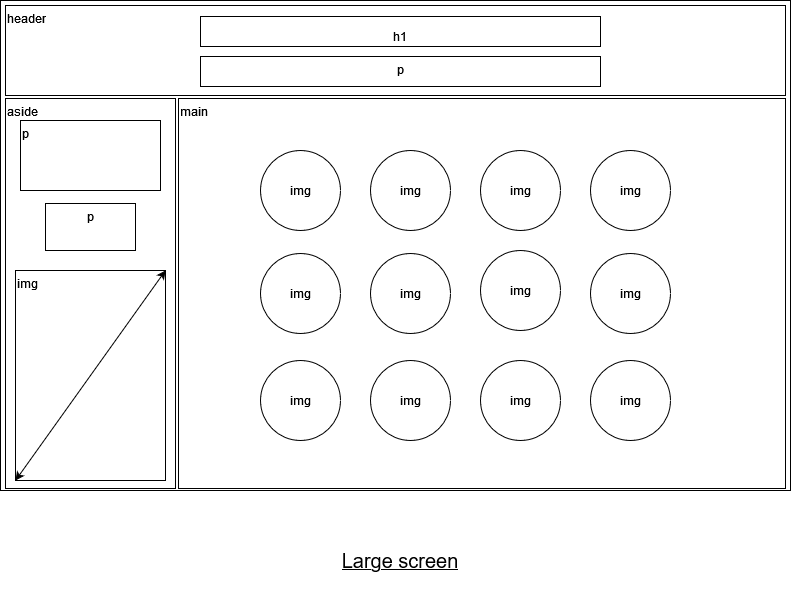
Nana-fr/Memory_Game keeps this draw.io diagram as doc/Wireframe & functional tree diagram/Large_screen.drawio.png. Above is the earlier version. Source tidied: cells renumbered, new cells last; positions are measured from the earlier drawing's top-left corner, leaving out a move shared by most shapes.
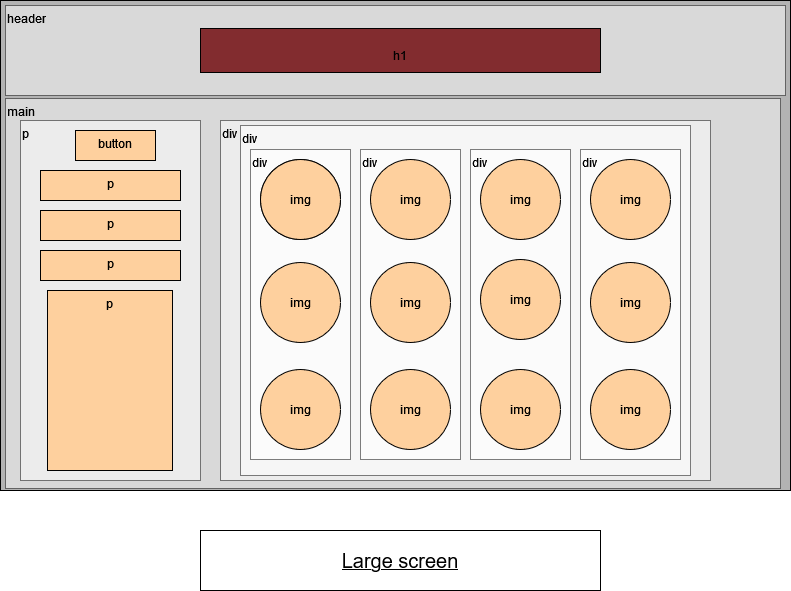
After the change.

Change to the diagram source:
```diff
@@ -2,74 +2,98 @@
   <root>
     <mxCell id="0" />
     <mxCell id="1" parent="0" />
-    <mxCell id="2" style="rounded=0;whiteSpace=wrap;html=1;fontSize=25;fontColor=default;strokeColor=default;fillColor=default;" parent="1" vertex="1">
-      <mxGeometry width="790" height="490" as="geometry" />
+    <mxCell id="2" style="rounded=0;whiteSpace=wrap;html=1;fontSize=25;fontColor=default;strokeColor=default;fillColor=#B3B3B3;" parent="1" vertex="1">
+      <mxGeometry y="-9" width="790" height="490" as="geometry" />
     </mxCell>
-    <mxCell id="3" value="header" style="rounded=0;whiteSpace=wrap;html=1;fontSize=12;fontColor=default;strokeColor=default;fillColor=default;verticalAlign=top;align=left;labelPosition=center;verticalLabelPosition=middle;" parent="1" vertex="1">
-      <mxGeometry x="5" y="5" width="780" height="90" as="geometry" />
+    <mxCell id="3" value="header" style="rounded=0;whiteSpace=wrap;html=1;fontSize=12;fontColor=default;strokeColor=default;fillColor=default;verticalAlign=top;align=left;labelPosition=center;verticalLabelPosition=middle;opacity=50;" parent="1" vertex="1">
+      <mxGeometry x="5" y="-4" width="780" height="90" as="geometry" />
     </mxCell>
-    <mxCell id="4" value="aside" style="rounded=0;whiteSpace=wrap;html=1;fontSize=12;fontColor=default;strokeColor=default;fillColor=default;align=left;verticalAlign=top;" parent="1" vertex="1">
-      <mxGeometry x="5" y="98" width="170" height="390" as="geometry" />
+    <mxCell id="4" value="main" style="rounded=0;whiteSpace=wrap;html=1;fontSize=12;fontColor=default;strokeColor=default;fillColor=default;align=left;verticalAlign=top;opacity=50;" parent="1" vertex="1">
+      <mxGeometry x="5" y="89" width="775" height="390" as="geometry" />
     </mxCell>
-    <mxCell id="5" value="main" style="rounded=0;whiteSpace=wrap;html=1;fontSize=12;fontColor=default;strokeColor=default;fillColor=default;align=left;verticalAlign=top;" parent="1" vertex="1">
-      <mxGeometry x="178" y="98" width="607" height="390" as="geometry" />
+    <mxCell id="5" value="div" style="rounded=0;whiteSpace=wrap;html=1;fontSize=12;fontColor=default;strokeColor=default;fillColor=default;align=left;verticalAlign=top;opacity=50;" parent="1" vertex="1">
+      <mxGeometry x="220" y="111" width="490" height="360" as="geometry" />
     </mxCell>
-    <mxCell id="6" value="&lt;font style=&quot;font-size: 12px&quot;&gt;h1&lt;/font&gt;" style="rounded=0;whiteSpace=wrap;html=1;fontSize=25;fontColor=default;strokeColor=default;fillColor=default;" parent="1" vertex="1">
-      <mxGeometry x="200" y="16" width="400" height="30" as="geometry" />
+    <mxCell id="6" value="&lt;font style=&quot;font-size: 12px&quot;&gt;h1&lt;/font&gt;" style="rounded=0;whiteSpace=wrap;html=1;fontSize=25;fontColor=default;strokeColor=default;fillColor=#822C2F;" parent="1" vertex="1">
+      <mxGeometry x="200" y="19" width="400" height="44" as="geometry" />
     </mxCell>
-    <mxCell id="7" value="&lt;div align=&quot;center&quot;&gt;p&lt;/div&gt;" style="rounded=0;whiteSpace=wrap;html=1;fontSize=12;fontColor=default;strokeColor=default;fillColor=default;align=center;verticalAlign=top;" parent="1" vertex="1">
-      <mxGeometry x="200" y="56" width="400" height="30" as="geometry" />
-    </mxCell>
-    <mxCell id="8" value="img" style="ellipse;whiteSpace=wrap;html=1;fontSize=12;fontColor=default;strokeColor=default;fillColor=default;align=center;verticalAlign=middle;" parent="1" vertex="1">
-      <mxGeometry x="260" y="150" width="80" height="80" as="geometry" />
-    </mxCell>
-    <mxCell id="9" value="img" style="ellipse;whiteSpace=wrap;html=1;fontSize=12;fontColor=default;strokeColor=default;fillColor=default;align=center;verticalAlign=middle;" parent="1" vertex="1">
-      <mxGeometry x="370" y="150" width="80" height="80" as="geometry" />
-    </mxCell>
-    <mxCell id="10" value="img" style="ellipse;whiteSpace=wrap;html=1;fontSize=12;fontColor=default;strokeColor=default;fillColor=default;align=center;verticalAlign=middle;" parent="1" vertex="1">
-      <mxGeometry x="480" y="150" width="80" height="80" as="geometry" />
-    </mxCell>
-    <mxCell id="11" value="img" style="ellipse;whiteSpace=wrap;html=1;fontSize=12;fontColor=default;strokeColor=default;fillColor=default;align=center;verticalAlign=middle;" parent="1" vertex="1">
-      <mxGeometry x="590" y="150" width="80" height="80" as="geometry" />
-    </mxCell>
-    <mxCell id="12" value="img" style="ellipse;whiteSpace=wrap;html=1;fontSize=12;fontColor=default;strokeColor=default;fillColor=default;align=center;verticalAlign=middle;" parent="1" vertex="1">
-      <mxGeometry x="260" y="253" width="80" height="80" as="geometry" />
-    </mxCell>
-    <mxCell id="13" value="img" style="ellipse;whiteSpace=wrap;html=1;fontSize=12;align=center;verticalAlign=middle;fillColor=default;strokeColor=default;fontColor=default;" parent="1" vertex="1">
-      <mxGeometry x="260" y="360" width="80" height="80" as="geometry" />
-    </mxCell>
-    <mxCell id="14" value="img" style="ellipse;whiteSpace=wrap;html=1;fontSize=12;fontColor=default;strokeColor=default;fillColor=default;align=center;verticalAlign=middle;" parent="1" vertex="1">
-      <mxGeometry x="370" y="253" width="80" height="80" as="geometry" />
-    </mxCell>
-    <mxCell id="15" value="img" style="ellipse;whiteSpace=wrap;html=1;fontSize=12;fontColor=default;strokeColor=default;fillColor=default;align=center;verticalAlign=middle;" parent="1" vertex="1">
-      <mxGeometry x="370" y="360" width="80" height="80" as="geometry" />
-    </mxCell>
-    <mxCell id="16" value="img" style="ellipse;whiteSpace=wrap;html=1;fontSize=12;fontColor=default;strokeColor=default;fillColor=default;align=center;verticalAlign=middle;" parent="1" vertex="1">
-      <mxGeometry x="480" y="250" width="80" height="80" as="geometry" />
-    </mxCell>
-    <mxCell id="17" value="img" style="ellipse;whiteSpace=wrap;html=1;fontSize=12;fontColor=default;strokeColor=default;fillColor=default;align=center;verticalAlign=middle;" parent="1" vertex="1">
-      <mxGeometry x="480" y="360" width="80" height="80" as="geometry" />
-    </mxCell>
-    <mxCell id="18" value="img" style="ellipse;whiteSpace=wrap;html=1;fontSize=12;fontColor=default;strokeColor=default;fillColor=default;align=center;verticalAlign=middle;" parent="1" vertex="1">
-      <mxGeometry x="590" y="253" width="80" height="80" as="geometry" />
-    </mxCell>
-    <mxCell id="19" value="img" style="ellipse;whiteSpace=wrap;html=1;fontSize=12;fontColor=default;strokeColor=default;fillColor=default;align=center;verticalAlign=middle;" parent="1" vertex="1">
-      <mxGeometry x="590" y="360" width="80" height="80" as="geometry" />
-    </mxCell>
-    <mxCell id="20" value="&lt;div align=&quot;left&quot;&gt;p&lt;/div&gt;" style="rounded=0;whiteSpace=wrap;html=1;fontSize=12;fontColor=default;strokeColor=default;fillColor=default;align=left;verticalAlign=top;" parent="1" vertex="1">
-      <mxGeometry x="20" y="120" width="140" height="70" as="geometry" />
+    <mxCell id="20" value="&lt;div align=&quot;left&quot;&gt;p&lt;/div&gt;" style="rounded=0;whiteSpace=wrap;html=1;fontSize=12;fontColor=default;strokeColor=default;fillColor=default;align=left;verticalAlign=top;opacity=50;" parent="1" vertex="1">
+      <mxGeometry x="20" y="111" width="180" height="360" as="geometry" />
     </mxCell>
-    <mxCell id="21" value="&lt;div align=&quot;center&quot;&gt;p&lt;/div&gt;" style="rounded=0;whiteSpace=wrap;html=1;fontSize=12;fontColor=default;strokeColor=default;fillColor=default;align=center;verticalAlign=top;" parent="1" vertex="1">
-      <mxGeometry x="45" y="203" width="90" height="47" as="geometry" />
+    <mxCell id="21" value="&lt;div align=&quot;center&quot;&gt;p&lt;/div&gt;" style="rounded=0;whiteSpace=wrap;html=1;fontSize=12;fontColor=default;strokeColor=default;fillColor=#FED09E;align=center;verticalAlign=top;" parent="1" vertex="1">
+      <mxGeometry x="40" y="161" width="140" height="30" as="geometry" />
     </mxCell>
-    <mxCell id="22" value="img" style="rounded=0;whiteSpace=wrap;html=1;fontSize=12;fontColor=default;strokeColor=default;fillColor=default;align=left;verticalAlign=top;" parent="1" vertex="1">
-      <mxGeometry x="15" y="270" width="150" height="210" as="geometry" />
+    <mxCell id="22" value="p" style="rounded=0;whiteSpace=wrap;html=1;fontSize=12;fontColor=default;strokeColor=default;fillColor=#FED09E;align=center;verticalAlign=top;" parent="1" vertex="1">
+      <mxGeometry x="47" y="281" width="125" height="180" as="geometry" />
     </mxCell>
-    <mxCell id="23" style="endArrow=classic;startArrow=classic;html=1;rounded=0;labelBackgroundColor=default;fontSize=12;fontColor=default;strokeColor=default;entryX=1;entryY=0;entryDx=0;entryDy=0;exitX=0;exitY=1;exitDx=0;exitDy=0;" parent="1" edge="1" source="22" target="22">
-      <mxGeometry relative="1" as="geometry" />
-    </mxCell>
-    <mxCell id="24" value="&lt;font style=&quot;font-size: 20px&quot;&gt;Large screen&lt;/font&gt;" style="rounded=0;whiteSpace=wrap;html=1;fontSize=12;fontColor=default;strokeColor=none;fillColor=default;align=center;verticalAlign=middle;fontStyle=4;" parent="1" vertex="1">
-      <mxGeometry x="200" y="530" width="400" height="60" as="geometry" />
+    <mxCell id="24" value="&lt;font style=&quot;font-size: 20px&quot;&gt;Large screen&lt;/font&gt;" style="rounded=0;whiteSpace=wrap;html=1;fontSize=12;fillColor=none;align=center;verticalAlign=middle;fontStyle=4;" parent="1" vertex="1">
+      <mxGeometry x="200" y="521" width="400" height="60" as="geometry" />
     </mxCell>
+    <mxCell id="25" value="&lt;div align=&quot;center&quot;&gt;p&lt;/div&gt;" style="rounded=0;whiteSpace=wrap;html=1;fontSize=12;fontColor=default;strokeColor=default;fillColor=#FED09E;align=center;verticalAlign=top;" parent="1" vertex="1">
+      <mxGeometry x="40" y="201" width="140" height="30" as="geometry" />
+    </mxCell>
+    <mxCell id="26" value="&lt;div align=&quot;center&quot;&gt;p&lt;/div&gt;" style="rounded=0;whiteSpace=wrap;html=1;fontSize=12;fontColor=default;strokeColor=default;fillColor=#FED09E;align=center;verticalAlign=top;" parent="1" vertex="1">
+      <mxGeometry x="40" y="241" width="140" height="30" as="geometry" />
+    </mxCell>
+    <mxCell id="27" value="&lt;div align=&quot;center&quot;&gt;button&lt;/div&gt;" style="rounded=0;whiteSpace=wrap;html=1;fillColor=#FFFFFF;gradientColor=none;gradientDirection=north;align=center;verticalAlign=top;" parent="1" vertex="1">
+      <mxGeometry x="75" y="121" width="80" height="30" as="geometry" />
+    </mxCell>
+    <mxCell id="28" value="&lt;div align=&quot;left&quot;&gt;div&lt;/div&gt;" style="rounded=0;whiteSpace=wrap;html=1;fillColor=#FFFFFF;gradientColor=none;gradientDirection=north;align=left;verticalAlign=top;opacity=50;" parent="1" vertex="1">
+      <mxGeometry x="240" y="116" width="450" height="350" as="geometry" />
+    </mxCell>
+    <mxCell id="29" value="&lt;div align=&quot;left&quot;&gt;div&lt;/div&gt;" style="rounded=0;whiteSpace=wrap;html=1;fillColor=#FFFFFF;gradientColor=none;gradientDirection=north;align=left;verticalAlign=top;opacity=50;" parent="1" vertex="1">
+      <mxGeometry x="250" y="140" width="100" height="310" as="geometry" />
+    </mxCell>
+    <mxCell id="8" value="img" style="ellipse;whiteSpace=wrap;html=1;fontSize=12;fontColor=default;strokeColor=default;fillColor=default;align=center;verticalAlign=middle;" parent="1" vertex="1">
+      <mxGeometry x="260" y="150" width="80" height="80" as="geometry" />
+    </mxCell>
+    <mxCell id="12" value="img" style="ellipse;whiteSpace=wrap;html=1;fontSize=12;fontColor=default;strokeColor=default;fillColor=#FED09E;align=center;verticalAlign=middle;" parent="1" vertex="1">
+      <mxGeometry x="260" y="253" width="80" height="80" as="geometry" />
+    </mxCell>
+    <mxCell id="13" value="img" style="ellipse;whiteSpace=wrap;html=1;fontSize=12;align=center;verticalAlign=middle;fillColor=#FED09E;strokeColor=default;fontColor=default;" parent="1" vertex="1">
+      <mxGeometry x="260" y="360" width="80" height="80" as="geometry" />
+    </mxCell>
+    <mxCell id="30" value="&lt;div align=&quot;left&quot;&gt;div&lt;/div&gt;" style="rounded=0;whiteSpace=wrap;html=1;fillColor=#FFFFFF;gradientColor=none;gradientDirection=north;align=left;verticalAlign=top;opacity=50;" parent="1" vertex="1">
+      <mxGeometry x="360" y="140" width="100" height="310" as="geometry" />
+    </mxCell>
+    <mxCell id="9" value="img" style="ellipse;whiteSpace=wrap;html=1;fontSize=12;fontColor=default;strokeColor=default;fillColor=#FED09E;align=center;verticalAlign=middle;" parent="1" vertex="1">
+      <mxGeometry x="370" y="150" width="80" height="80" as="geometry" />
+    </mxCell>
+    <mxCell id="14" value="img" style="ellipse;whiteSpace=wrap;html=1;fontSize=12;fontColor=default;strokeColor=default;fillColor=#FED09E;align=center;verticalAlign=middle;" parent="1" vertex="1">
+      <mxGeometry x="370" y="253" width="80" height="80" as="geometry" />
+    </mxCell>
+    <mxCell id="15" value="img" style="ellipse;whiteSpace=wrap;html=1;fontSize=12;fontColor=default;strokeColor=default;fillColor=#FED09E;align=center;verticalAlign=middle;" parent="1" vertex="1">
+      <mxGeometry x="370" y="360" width="80" height="80" as="geometry" />
+    </mxCell>
+    <mxCell id="31" value="&lt;div align=&quot;left&quot;&gt;div&lt;/div&gt;" style="rounded=0;whiteSpace=wrap;html=1;fillColor=#FFFFFF;gradientColor=none;gradientDirection=north;align=left;verticalAlign=top;opacity=50;" parent="1" vertex="1">
+      <mxGeometry x="470" y="140" width="100" height="310" as="geometry" />
+    </mxCell>
+    <mxCell id="10" value="img" style="ellipse;whiteSpace=wrap;html=1;fontSize=12;fontColor=default;strokeColor=default;fillColor=#FED09E;align=center;verticalAlign=middle;" parent="1" vertex="1">
+      <mxGeometry x="480" y="150" width="80" height="80" as="geometry" />
+    </mxCell>
+    <mxCell id="16" value="img" style="ellipse;whiteSpace=wrap;html=1;fontSize=12;fontColor=default;strokeColor=default;fillColor=#FED09E;align=center;verticalAlign=middle;" parent="1" vertex="1">
+      <mxGeometry x="480" y="250" width="80" height="80" as="geometry" />
+    </mxCell>
+    <mxCell id="17" value="img" style="ellipse;whiteSpace=wrap;html=1;fontSize=12;fontColor=default;strokeColor=default;fillColor=#FED09E;align=center;verticalAlign=middle;" parent="1" vertex="1">
+      <mxGeometry x="480" y="360" width="80" height="80" as="geometry" />
+    </mxCell>
+    <mxCell id="32" value="&lt;div align=&quot;left&quot;&gt;div&lt;/div&gt;" style="rounded=0;whiteSpace=wrap;html=1;fillColor=#FFFFFF;gradientColor=none;gradientDirection=north;align=left;verticalAlign=top;opacity=50;" parent="1" vertex="1">
+      <mxGeometry x="580" y="140" width="100" height="310" as="geometry" />
+    </mxCell>
+    <mxCell id="11" value="img" style="ellipse;whiteSpace=wrap;html=1;fontSize=12;fontColor=default;strokeColor=default;fillColor=#FED09E;align=center;verticalAlign=middle;" parent="1" vertex="1">
+      <mxGeometry x="590" y="150" width="80" height="80" as="geometry" />
+    </mxCell>
+    <mxCell id="18" value="img" style="ellipse;whiteSpace=wrap;html=1;fontSize=12;fontColor=default;strokeColor=default;fillColor=#FED09E;align=center;verticalAlign=middle;" parent="1" vertex="1">
+      <mxGeometry x="590" y="253" width="80" height="80" as="geometry" />
+    </mxCell>
+    <mxCell id="19" value="img" style="ellipse;whiteSpace=wrap;html=1;fontSize=12;fontColor=default;strokeColor=default;fillColor=#FED09E;align=center;verticalAlign=middle;" parent="1" vertex="1">
+      <mxGeometry x="590" y="360" width="80" height="80" as="geometry" />
+    </mxCell>
+    <mxCell id="33" value="&lt;div align=&quot;center&quot;&gt;button&lt;/div&gt;" style="rounded=0;whiteSpace=wrap;html=1;fillColor=#FED09E;gradientColor=none;gradientDirection=north;align=center;verticalAlign=top;" parent="1" vertex="1">
+      <mxGeometry x="75" y="121" width="80" height="30" as="geometry" />
+    </mxCell>
+    <mxCell id="34" value="img" style="ellipse;whiteSpace=wrap;html=1;fontSize=12;fontColor=default;strokeColor=default;fillColor=#FED09E;align=center;verticalAlign=middle;" parent="1" vertex="1">
+      <mxGeometry x="260" y="150" width="80" height="80" as="geometry" />
+    </mxCell>
   </root>
 </mxGraphModel>
```
